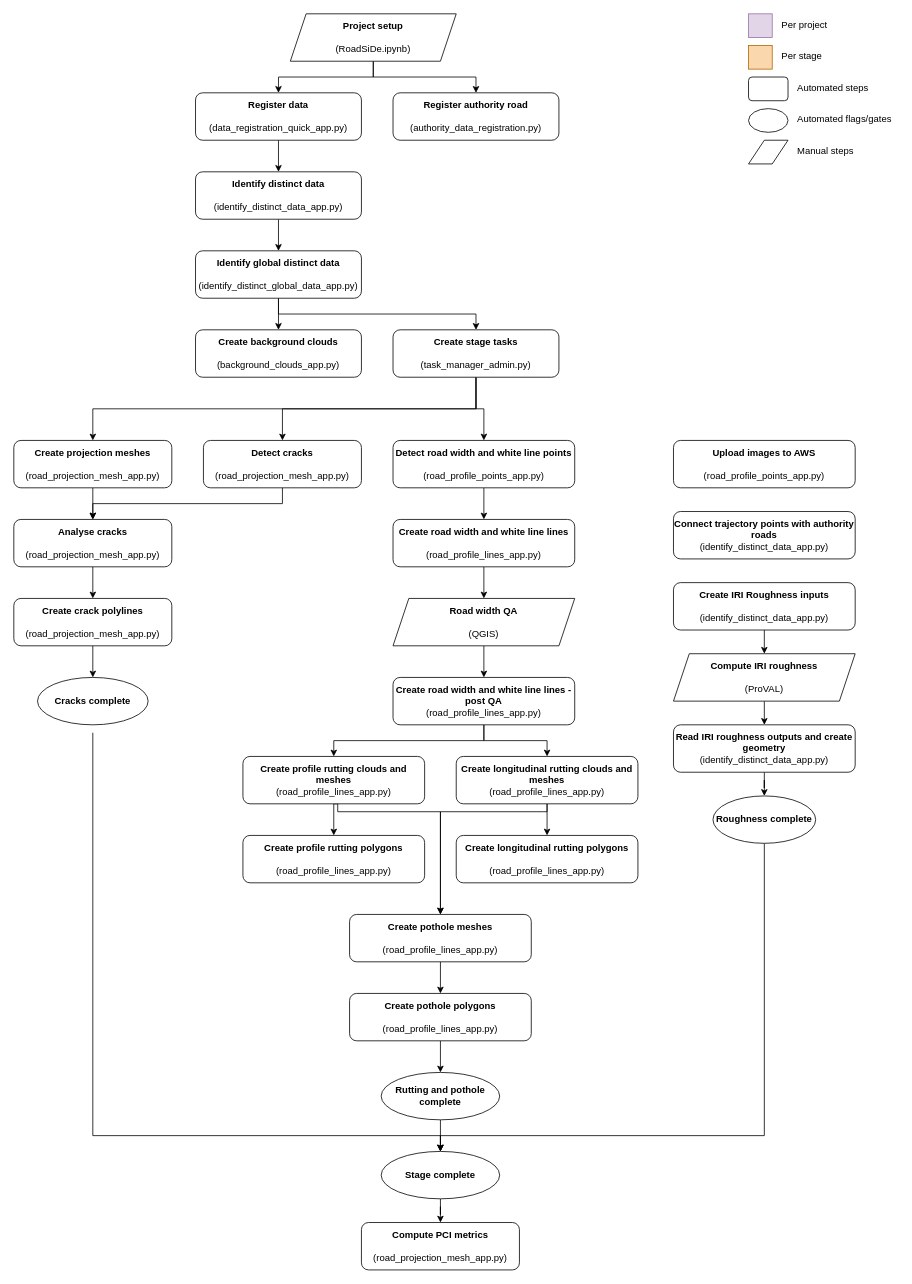
The draw.io diagram RoadSiDe.drawio in marko-veris/draw.io, before the edit. Source tidied: cells renumbered, new cells numbered last; positions are measured from the earlier drawing's top-left corner, leaving out a move shared by most shapes. Both pictures are drawn from the tidied source at 79%, with x=0, y=0 at pixel (13, 13).
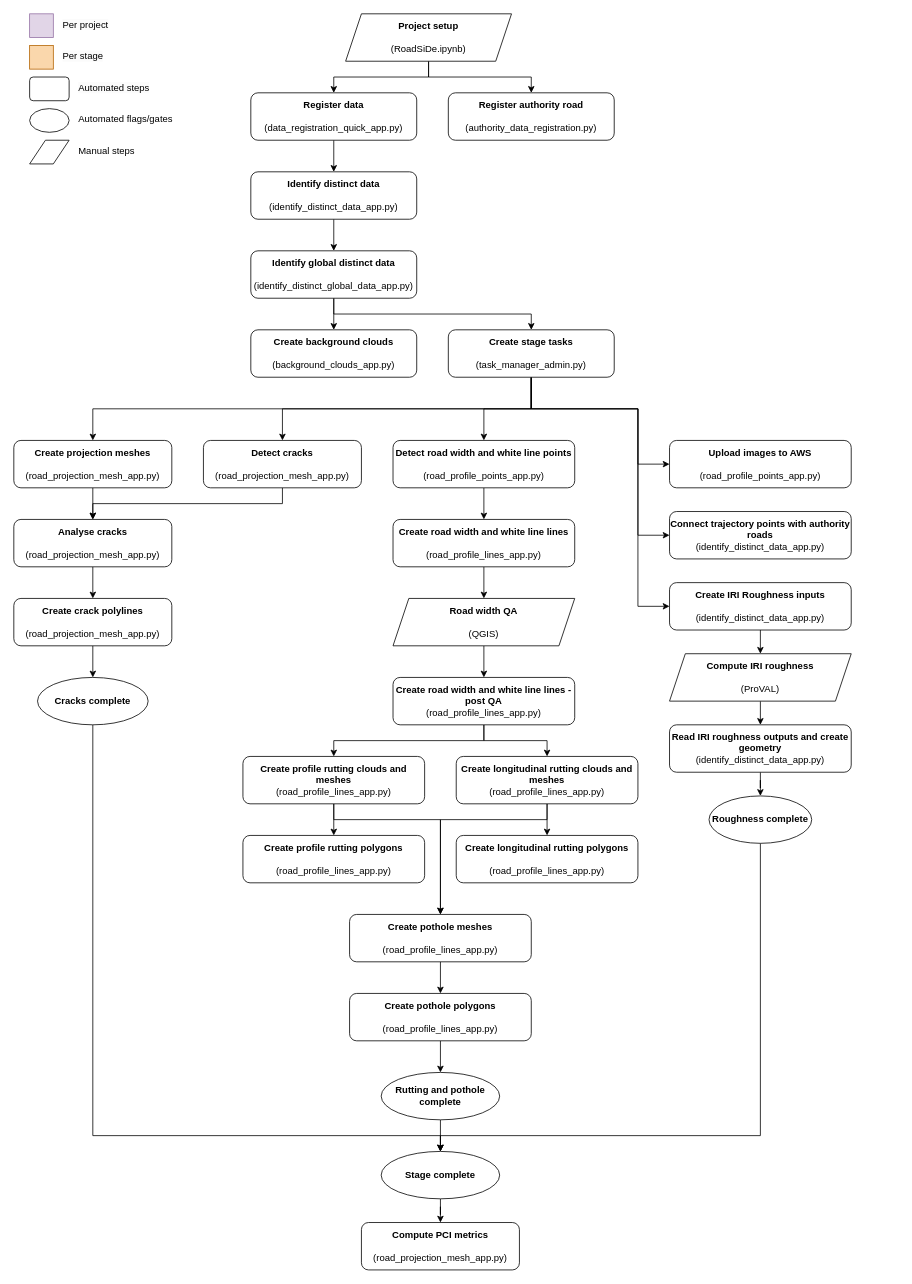
Above is the later version.

The change refers to these unchanged cells:
```xml
<mxCell id="32" value="&lt;b&gt;Create profile rutting clouds and meshes&lt;br&gt;&lt;/b&gt;(road_profile_lines_app.py)" style="rounded=1;whiteSpace=wrap;html=1;" parent="1" vertex="1">
  <mxGeometry x="290" y="940" width="230" height="60" as="geometry" />
</mxCell>
<mxCell id="35" value="&lt;b&gt;Create longitudinal rutting clouds and meshes&lt;/b&gt;&lt;b&gt;&lt;br&gt;&lt;/b&gt;(road_profile_lines_app.py)" style="rounded=1;whiteSpace=wrap;html=1;" parent="1" vertex="1">
  <mxGeometry x="560" y="940" width="230" height="60" as="geometry" />
</mxCell>
<mxCell id="39" value="&lt;b&gt;Create pothole meshes&lt;br&gt;&lt;br&gt;&lt;/b&gt;(road_profile_lines_app.py)" style="rounded=1;whiteSpace=wrap;html=1;" parent="1" vertex="1">
  <mxGeometry x="425" y="1140" width="230" height="60" as="geometry" />
</mxCell>
<mxCell id="44" value="&lt;b&gt;Cracks complete&lt;/b&gt;" style="ellipse;whiteSpace=wrap;html=1;" parent="1" vertex="1">
  <mxGeometry x="30" y="840" width="140" height="60" as="geometry" />
</mxCell>
<mxCell id="69" value="&lt;b&gt;Stage complete&lt;/b&gt;" style="ellipse;whiteSpace=wrap;html=1;" parent="1" vertex="1">
  <mxGeometry x="465" y="1440" width="150" height="60" as="geometry" />
</mxCell>
```

Change to the diagram source:
```diff
@@
     <mxCell id="3" value="&lt;b&gt;Register data&lt;br&gt;&lt;/b&gt;&lt;br&gt;(data_registration_quick_app.py)" style="rounded=1;whiteSpace=wrap;html=1;" parent="1" vertex="1">
-      <mxGeometry x="230" y="100" width="210" height="60" as="geometry" />
+      <mxGeometry x="300" y="100" width="210" height="60" as="geometry" />
     </mxCell>
     <mxCell id="4" value="&lt;b&gt;Create background clouds&lt;br&gt;&lt;/b&gt;&lt;br&gt;(background_clouds_app.py)" style="rounded=1;whiteSpace=wrap;html=1;" parent="1" vertex="1">
-      <mxGeometry x="230" y="400" width="210" height="60" as="geometry" />
+      <mxGeometry x="300" y="400" width="210" height="60" as="geometry" />
     </mxCell>
@@
     <mxCell id="12" value="&lt;b&gt;Identify distinct data&lt;br&gt;&lt;/b&gt;&lt;br&gt;(identify_distinct_data_app.py)" style="rounded=1;whiteSpace=wrap;html=1;" parent="1" vertex="1">
-      <mxGeometry x="230" y="200" width="210" height="60" as="geometry" />
+      <mxGeometry x="300" y="200" width="210" height="60" as="geometry" />
     </mxCell>
     <mxCell id="13" value="&lt;b&gt;Register authority road&lt;br&gt;&lt;/b&gt;&lt;br&gt;(authority_data_registration.py)" style="rounded=1;whiteSpace=wrap;html=1;" parent="1" vertex="1">
-      <mxGeometry x="480" y="100" width="210" height="60" as="geometry" />
+      <mxGeometry x="550" y="100" width="210" height="60" as="geometry" />
     </mxCell>
@@
     <mxCell id="16" value="&lt;b&gt;Identify global distinct data&lt;br&gt;&lt;/b&gt;&lt;br&gt;(identify_distinct_global_data_app.py)" style="rounded=1;whiteSpace=wrap;html=1;" parent="1" vertex="1">
-      <mxGeometry x="230" y="300" width="210" height="60" as="geometry" />
+      <mxGeometry x="300" y="300" width="210" height="60" as="geometry" />
     </mxCell>
@@
+    <mxCell id="74" style="edgeStyle=orthogonalEdgeStyle;rounded=0;jettySize=auto;html=1;exitX=0.5;exitY=1;exitDx=0;exitDy=0;entryX=0;entryY=0.5;entryDx=0;entryDy=0;" parent="1" edge="1" source="20" target="42">
+      <mxGeometry relative="1" as="geometry">
+        <Array as="points">
+          <mxPoint x="655" y="500" />
+          <mxPoint x="790" y="500" />
+          <mxPoint x="790" y="570" />
+        </Array>
+      </mxGeometry>
+    </mxCell>
+    <mxCell id="75" style="edgeStyle=orthogonalEdgeStyle;rounded=0;jettySize=auto;html=1;exitX=0.5;exitY=1;exitDx=0;exitDy=0;entryX=0;entryY=0.5;entryDx=0;entryDy=0;" parent="1" edge="1" source="20" target="55">
+      <mxGeometry relative="1" as="geometry">
+        <Array as="points">
+          <mxPoint x="655" y="500" />
+          <mxPoint x="790" y="500" />
+          <mxPoint x="790" y="660" />
+        </Array>
+      </mxGeometry>
+    </mxCell>
+    <mxCell id="76" style="edgeStyle=orthogonalEdgeStyle;rounded=0;jettySize=auto;html=1;exitX=0.5;exitY=1;exitDx=0;exitDy=0;entryX=0;entryY=0.5;entryDx=0;entryDy=0;" parent="1" edge="1" source="20" target="57">
+      <mxGeometry relative="1" as="geometry">
+        <Array as="points">
+          <mxPoint x="655" y="500" />
+          <mxPoint x="790" y="500" />
+          <mxPoint x="790" y="750" />
+        </Array>
+      </mxGeometry>
+    </mxCell>
     <mxCell id="20" value="&lt;b&gt;Create stage tasks&lt;br&gt;&lt;/b&gt;&lt;br&gt;(task_manager_admin.py)" style="rounded=1;whiteSpace=wrap;html=1;" parent="1" vertex="1">
-      <mxGeometry x="480" y="400" width="210" height="60" as="geometry" />
+      <mxGeometry x="550" y="400" width="210" height="60" as="geometry" />
     </mxCell>
@@
     <mxCell id="31" style="edgeStyle=orthogonalEdgeStyle;rounded=0;jettySize=auto;html=1;exitX=0.5;exitY=1;exitDx=0;exitDy=0;entryX=0.5;entryY=0;entryDx=0;entryDy=0;" parent="1" edge="1" source="32" target="39">
       <mxGeometry relative="1" as="geometry">
         <Array as="points">
-          <mxPoint x="410" y="1010" />
-          <mxPoint x="540" y="1010" />
+          <mxPoint x="405" y="1020" />
+          <mxPoint x="540" y="1020" />
         </Array>
       </mxGeometry>
     </mxCell>
@@
     <mxCell id="34" style="edgeStyle=orthogonalEdgeStyle;rounded=0;jettySize=auto;html=1;exitX=0.5;exitY=1;exitDx=0;exitDy=0;entryX=0.5;entryY=0;entryDx=0;entryDy=0;" parent="1" edge="1" source="35" target="39">
       <mxGeometry relative="1" as="geometry">
         <Array as="points">
-          <mxPoint x="670" y="1010" />
-          <mxPoint x="540" y="1010" />
-          <mxPoint x="540" y="1120" />
+          <mxPoint x="675" y="1020" />
+          <mxPoint x="540" y="1020" />
         </Array>
       </mxGeometry>
     </mxCell>
@@
     <mxCell id="42" value="&lt;b&gt;Upload images to AWS&lt;br&gt;&lt;/b&gt;&lt;br&gt;(road_profile_points_app.py)" style="rounded=1;whiteSpace=wrap;html=1;" parent="1" vertex="1">
-      <mxGeometry x="835" y="540" width="230" height="60" as="geometry" />
+      <mxGeometry x="830" y="540" width="230" height="60" as="geometry" />
     </mxCell>
-    <mxCell id="43" style="edgeStyle=orthogonalEdgeStyle;rounded=0;orthogonalLoop=1;jettySize=auto;html=1;exitX=0.5;exitY=1;exitDx=0;exitDy=0;entryX=0.5;entryY=0;entryDx=0;entryDy=0;" parent="1" edge="1">
-      <mxGeometry relative="1" as="geometry">
-        <mxPoint x="100" y="910" as="sourcePoint" />
-        <mxPoint x="540" y="1440" as="targetPoint" />
-        <Array as="points">
-          <mxPoint x="100" y="1420" />
-          <mxPoint x="540" y="1420" />
-        </Array>
-      </mxGeometry>
-    </mxCell>
+    <mxCell id="77" style="edgeStyle=orthogonalEdgeStyle;rounded=0;jettySize=auto;html=1;exitX=0.5;exitY=1;exitDx=0;exitDy=0;entryX=0.5;entryY=0;entryDx=0;entryDy=0;" parent="1" edge="1" source="44" target="69">
+      <mxGeometry relative="1" as="geometry">
+        <Array as="points">
+          <mxPoint x="100" y="1420" />
+          <mxPoint x="540" y="1420" />
+        </Array>
+      </mxGeometry>
+    </mxCell>
@@
     <mxCell id="45" style="rounded=1;whiteSpace=wrap;html=1;" parent="1" vertex="1">
-      <mxGeometry x="930" y="80" width="50" height="30" as="geometry" />
+      <mxGeometry x="20" y="80" width="50" height="30" as="geometry" />
     </mxCell>
     <mxCell id="46" value="&lt;span style=&quot;color: rgb(0, 0, 0); font-family: Helvetica; font-size: 12px; font-style: normal; font-variant-ligatures: normal; font-variant-caps: normal; font-weight: 400; letter-spacing: normal; orphans: 2; text-align: center; text-indent: 0px; text-transform: none; widows: 2; word-spacing: 0px; -webkit-text-stroke-width: 0px; white-space: normal; background-color: rgb(251, 251, 251); text-decoration-thickness: initial; text-decoration-style: initial; text-decoration-color: initial; float: none; display: inline !important;&quot;&gt;Per stage&lt;/span&gt;" style="text;whiteSpace=wrap;html=1;" parent="1" vertex="1">
-      <mxGeometry x="970" y="40" width="130" height="30" as="geometry" />
+      <mxGeometry x="60" y="40" width="130" height="30" as="geometry" />
     </mxCell>
     <mxCell id="47" style="rounded=0;whiteSpace=wrap;html=1;fillColor=#e1d5e7;strokeColor=#9673a6;" parent="1" vertex="1">
-      <mxGeometry x="930" width="30" height="30" as="geometry" />
+      <mxGeometry x="20" width="30" height="30" as="geometry" />
     </mxCell>
     <mxCell id="48" style="rounded=0;whiteSpace=wrap;html=1;fillColor=#fad7ac;strokeColor=#b46504;" parent="1" vertex="1">
-      <mxGeometry x="930" y="40" width="30" height="30" as="geometry" />
+      <mxGeometry x="20" y="40" width="30" height="30" as="geometry" />
     </mxCell>
     <mxCell id="49" value="&lt;span style=&quot;color: rgb(0, 0, 0); font-family: Helvetica; font-size: 12px; font-style: normal; font-variant-ligatures: normal; font-variant-caps: normal; font-weight: 400; letter-spacing: normal; orphans: 2; text-align: center; text-indent: 0px; text-transform: none; widows: 2; word-spacing: 0px; -webkit-text-stroke-width: 0px; white-space: normal; background-color: rgb(251, 251, 251); text-decoration-thickness: initial; text-decoration-style: initial; text-decoration-color: initial; float: none; display: inline !important;&quot;&gt;Per project&lt;/span&gt;" style="text;whiteSpace=wrap;html=1;" parent="1" vertex="1">
-      <mxGeometry x="970" width="130" height="30" as="geometry" />
+      <mxGeometry x="60" width="130" height="30" as="geometry" />
     </mxCell>
     <mxCell id="50" style="ellipse;whiteSpace=wrap;html=1;" parent="1" vertex="1">
-      <mxGeometry x="930" y="120" width="50" height="30" as="geometry" />
+      <mxGeometry x="20" y="120" width="50" height="30" as="geometry" />
     </mxCell>
     <mxCell id="51" value="&lt;span style=&quot;color: rgb(0, 0, 0); font-family: Helvetica; font-size: 12px; font-style: normal; font-variant-ligatures: normal; font-variant-caps: normal; font-weight: 400; letter-spacing: normal; orphans: 2; text-align: center; text-indent: 0px; text-transform: none; widows: 2; word-spacing: 0px; -webkit-text-stroke-width: 0px; white-space: normal; background-color: rgb(251, 251, 251); text-decoration-thickness: initial; text-decoration-style: initial; text-decoration-color: initial; float: none; display: inline !important;&quot;&gt;Automated steps&lt;/span&gt;" style="text;whiteSpace=wrap;html=1;" parent="1" vertex="1">
-      <mxGeometry x="990" y="80" width="130" height="30" as="geometry" />
+      <mxGeometry x="80" y="80" width="130" height="30" as="geometry" />
     </mxCell>
     <mxCell id="52" value="Automated flags/gates" style="text;whiteSpace=wrap;html=1;" parent="1" vertex="1">
-      <mxGeometry x="990" y="120" width="130" height="30" as="geometry" />
+      <mxGeometry x="80" y="120" width="130" height="30" as="geometry" />
     </mxCell>
@@
     <mxCell id="55" value="&lt;b&gt;Connect trajectory points with authority roads&lt;/b&gt;&lt;br&gt;(identify_distinct_data_app.py)" style="rounded=1;whiteSpace=wrap;html=1;" parent="1" vertex="1">
-      <mxGeometry x="835" y="630" width="230" height="60" as="geometry" />
+      <mxGeometry x="830" y="630" width="230" height="60" as="geometry" />
     </mxCell>
@@
     <mxCell id="57" value="&lt;b&gt;Create IRI Roughness inputs&lt;br&gt;&lt;br&gt;&lt;/b&gt;(identify_distinct_data_app.py)" style="rounded=1;whiteSpace=wrap;html=1;" parent="1" vertex="1">
-      <mxGeometry x="835" y="720" width="230" height="60" as="geometry" />
+      <mxGeometry x="830" y="720" width="230" height="60" as="geometry" />
     </mxCell>
     <mxCell id="58" style="shape=parallelogram;perimeter=parallelogramPerimeter;whiteSpace=wrap;html=1;fixedSize=1;" parent="1" vertex="1">
-      <mxGeometry x="930" y="160" width="50" height="30" as="geometry" />
+      <mxGeometry x="20" y="160" width="50" height="30" as="geometry" />
     </mxCell>
     <mxCell id="59" value="Manual steps" style="text;whiteSpace=wrap;html=1;" parent="1" vertex="1">
-      <mxGeometry x="990" y="160" width="130" height="30" as="geometry" />
+      <mxGeometry x="80" y="160" width="130" height="30" as="geometry" />
     </mxCell>
@@
     <mxCell id="63" value="&lt;b&gt;Compute IRI roughness&lt;br&gt;&lt;/b&gt;&lt;br&gt;(ProVAL)" style="shape=parallelogram;perimeter=parallelogramPerimeter;whiteSpace=wrap;html=1;fixedSize=1;" parent="1" vertex="1">
-      <mxGeometry x="835" y="810" width="230" height="60" as="geometry" />
+      <mxGeometry x="830" y="810" width="230" height="60" as="geometry" />
     </mxCell>
@@
     <mxCell id="65" value="&lt;b&gt;Read IRI roughness outputs and create geometry&lt;br&gt;&lt;/b&gt;(identify_distinct_data_app.py)" style="rounded=1;whiteSpace=wrap;html=1;" parent="1" vertex="1">
-      <mxGeometry x="835" y="900" width="230" height="60" as="geometry" />
+      <mxGeometry x="830" y="900" width="230" height="60" as="geometry" />
     </mxCell>
     <mxCell id="66" style="edgeStyle=orthogonalEdgeStyle;rounded=0;jettySize=auto;html=1;exitX=0.5;exitY=1;exitDx=0;exitDy=0;entryX=0.5;entryY=0;entryDx=0;entryDy=0;" parent="1" edge="1" source="67" target="69">
       <mxGeometry relative="1" as="geometry">
         <Array as="points">
-          <mxPoint x="950" y="1420" />
+          <mxPoint x="945" y="1420" />
           <mxPoint x="540" y="1420" />
         </Array>
       </mxGeometry>
     </mxCell>
     <mxCell id="67" value="&lt;b&gt;Roughness complete&lt;/b&gt;" style="ellipse;whiteSpace=wrap;html=1;" parent="1" vertex="1">
-      <mxGeometry x="885" y="990" width="130" height="60" as="geometry" />
+      <mxGeometry x="880" y="990" width="130" height="60" as="geometry" />
     </mxCell>
@@
     <mxCell id="73" value="&lt;b&gt;Project setup&lt;/b&gt;&lt;br&gt;&lt;br&gt;(RoadSiDe.ipynb)" style="shape=parallelogram;perimeter=parallelogramPerimeter;whiteSpace=wrap;html=1;fixedSize=1;" parent="1" vertex="1">
-      <mxGeometry x="350" width="210" height="60" as="geometry" />
+      <mxGeometry x="420" width="210" height="60" as="geometry" />
     </mxCell>
```
